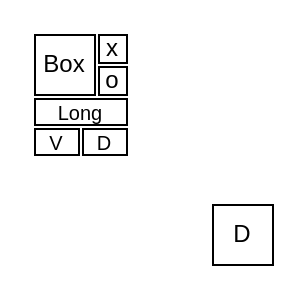
This is Diagrama sin título.drawio from javtr/diagramas, a draw.io file, before an edit. Source tidied: cells renumbered, new cells numbered last; positions are measured from the earlier drawing's top-left corner, leaving out a move shared by most shapes. Both pictures are drawn from the tidied source at 200%, with x=0, y=0 at pixel (34, 34).
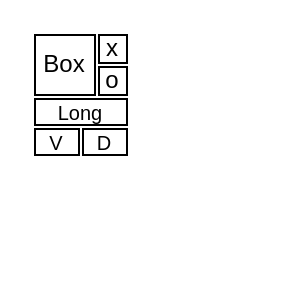
The same diagram, later.

What changed in the source:
```diff
@@
 <mxGraphModel>
   <root>
     <mxCell id="0" />
     <mxCell id="1" parent="0" />
     <mxCell id="2" value="Box" style="rounded=0;whiteSpace=wrap;html=1;" parent="1" vertex="1">
       <mxGeometry width="30" height="30" as="geometry" />
     </mxCell>
     <mxCell id="3" value="x" style="rounded=0;whiteSpace=wrap;html=1;" parent="1" vertex="1">
       <mxGeometry x="32" width="14" height="14" as="geometry" />
     </mxCell>
     <mxCell id="4" value="Long" style="rounded=0;whiteSpace=wrap;html=1;fontSize=10;" parent="1" vertex="1">
       <mxGeometry y="32" width="46" height="13" as="geometry" />
     </mxCell>
-    <mxCell id="5" value="D" style="rounded=0;whiteSpace=wrap;html=1;" parent="1" vertex="1">
-      <mxGeometry x="89" y="85" width="30" height="30" as="geometry" />
-    </mxCell>
     <mxCell id="6" value="o" style="rounded=0;whiteSpace=wrap;html=1;" parent="1" vertex="1">
       <mxGeometry x="32" y="16" width="14" height="14" as="geometry" />
     </mxCell>
     <mxCell id="7" value="V" style="rounded=0;whiteSpace=wrap;html=1;fontSize=10;" parent="1" vertex="1">
       <mxGeometry y="47" width="22" height="13" as="geometry" />
     </mxCell>
     <mxCell id="8" value="D" style="rounded=0;whiteSpace=wrap;html=1;fontSize=10;" parent="1" vertex="1">
       <mxGeometry x="24" y="47" width="22" height="13" as="geometry" />
     </mxCell>
   </root>
 </mxGraphModel>
```
